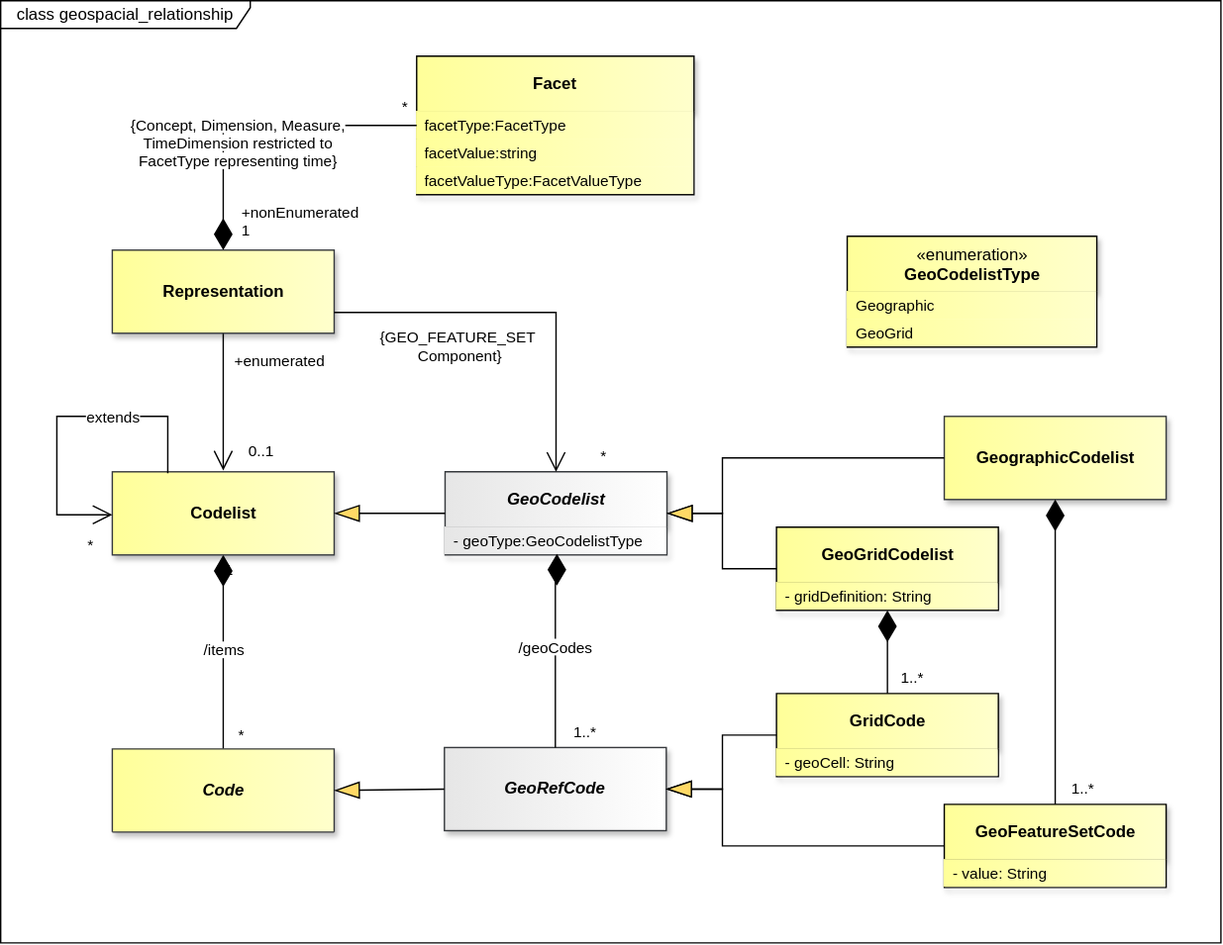
Earlier version of the draw.io export docs/information_model/media/sdmx_geospatial-geospatial_inheritance.svg (sdmx-twg/sdmx-im). Source tidied: cells renumbered, new cells last; positions are measured from the earlier drawing's top-left corner, leaving out a move shared by most shapes.
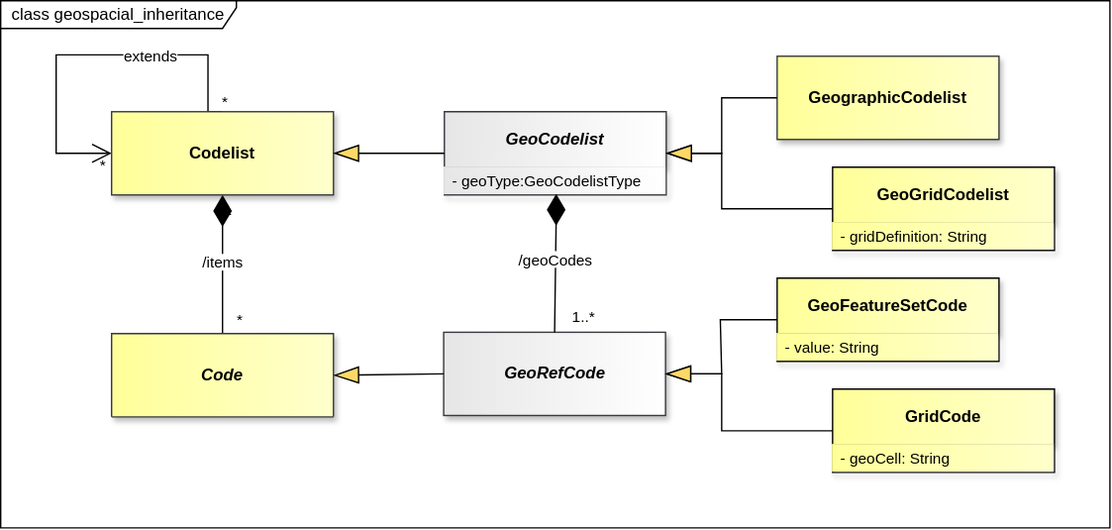
After the change.

The edit, as a diff of the source:
```diff
@@ -19,5 +19,5 @@
     </mxCell>
-    <mxCell id="7" value="class geospacial_relationship" style="shape=umlFrame;whiteSpace=wrap;html=1;fillColor=light-dark(#FFFFFF,#121212);swimlaneFillColor=light-dark(#FFFFFF,#121212);width=180;height=20;" parent="1" vertex="1">
-      <mxGeometry width="880" height="680" as="geometry" />
-    </mxCell>
+    <mxCell id="53" value="class geospacial_inheritance" style="shape=umlFrame;whiteSpace=wrap;html=1;fillColor=light-dark(#FFFFFF,#121212);swimlaneFillColor=light-dark(#FFFFFF,#121212);width=170;height=20;" parent="1" vertex="1">
+      <mxGeometry y="740" width="800" height="380" as="geometry" />
+    </mxCell>
     <mxCell id="8" value="&lt;font style=&quot;color: light-dark(rgb(0, 0, 0), rgb(255, 255, 255)); background-color: light-dark(rgb(255, 255, 255), rgb(0, 0, 0));&quot;&gt;/items&lt;/font&gt;" style="endArrow=none;html=1;endSize=12;startArrow=diamondThin;startSize=20;startFill=1;edgeStyle=orthogonalEdgeStyle;rounded=0;endFill=0;strokeColor=light-dark(#000000,#FFFFFF);fontColor=light-dark(#000000,#FFFFFF);labelBackgroundColor=none;exitX=0.5;exitY=1;exitDx=0;exitDy=0;entryX=0.5;entryY=0;entryDx=0;entryDy=0;" parent="1" edge="1" source="14" target="15">
@@ -25,37 +25,41 @@
     </mxCell>
-    <mxCell id="9" value="*" style="edgeLabel;html=1;align=right;verticalAlign=top;labelBackgroundColor=none;fontColor=light-dark(#000000,#FFFFFF);" parent="8" vertex="1">
-      <mxGeometry x="1" relative="1" as="geometry">
-        <mxPoint x="15" y="-23" as="offset" />
-      </mxGeometry>
-    </mxCell>
-    <mxCell id="10" value="&lt;span style=&quot;background-color: rgb(255, 255, 255);&quot;&gt;+enumerated&lt;/span&gt;" style="endArrow=open;html=1;endSize=12;startArrow=none;startSize=20;startFill=0;edgeStyle=orthogonalEdgeStyle;rounded=0;endFill=0;strokeColor=light-dark(#000000,#FFFFFF);fontColor=light-dark(#000000,#FFFFFF);labelBackgroundColor=none;exitX=0.5;exitY=1;exitDx=0;exitDy=0;entryX=0.5;entryY=0;entryDx=0;entryDy=0;innerLoopWaypoints=1;" parent="1" edge="1">
-      <mxGeometry x="-0.58" y="40" relative="1" as="geometry">
-        <mxPoint x="160.5" y="239" as="sourcePoint" />
-        <mxPoint x="160.5" y="339" as="targetPoint" />
-      </mxGeometry>
-    </mxCell>
-    <mxCell id="11" value="*" style="edgeLabel;html=1;align=left;verticalAlign=top;labelBackgroundColor=none;fontColor=light-dark(#000000,#FFFFFF);" parent="10" vertex="1">
-      <mxGeometry x="-0.07" relative="1" as="geometry">
-        <mxPoint x="30" y="61" as="offset" />
-      </mxGeometry>
-    </mxCell>
-    <mxCell id="12" value="0..1" style="edgeLabel;html=1;align=left;verticalAlign=top;labelBackgroundColor=none;fontColor=light-dark(#000000,#FFFFFF);" parent="1" vertex="1">
-      <mxGeometry x="103.5" y="317" as="geometry">
-        <mxPoint x="73" y="-5" as="offset" />
-      </mxGeometry>
-    </mxCell>
+    <mxCell id="54" value="*" style="edgeLabel;html=1;align=right;verticalAlign=top;labelBackgroundColor=none;fontColor=light-dark(#000000,#FFFFFF);" parent="8" vertex="1">
+      <mxGeometry x="1" relative="1" as="geometry">
+        <mxPoint x="15" y="-23" as="offset" />
+      </mxGeometry>
+    </mxCell>
+    <mxCell id="39" value="&lt;span style=&quot;background-color: rgb(255, 255, 255);&quot;&gt;extends&lt;/span&gt;" style="endArrow=open;html=1;endSize=12;startArrow=none;startSize=20;startFill=0;edgeStyle=orthogonalEdgeStyle;rounded=0;endFill=0;strokeColor=light-dark(#000000,#FFFFFF);fontColor=light-dark(#000000,#FFFFFF);labelBackgroundColor=none;exitX=0.5;exitY=0;exitDx=0;exitDy=0;entryX=0;entryY=0.5;entryDx=0;entryDy=0;innerLoopWaypoints=1;" parent="1" edge="1" source="14" target="14">
+      <mxGeometry x="-0.31" y="1" relative="1" as="geometry">
+        <Array as="points">
+          <mxPoint x="149.5" y="779" />
+          <mxPoint x="40" y="779" />
+          <mxPoint x="40" y="850" />
+        </Array>
+        <mxPoint x="1" as="offset" />
+      </mxGeometry>
+    </mxCell>
+    <mxCell id="55" value="*" style="edgeLabel;html=1;align=left;verticalAlign=top;labelBackgroundColor=none;fontColor=light-dark(#000000,#FFFFFF);" parent="39" vertex="1">
+      <mxGeometry x="0.23" relative="1" as="geometry">
+        <mxPoint x="30" y="61" as="offset" />
+      </mxGeometry>
+    </mxCell>
+    <mxCell id="56" value="*" style="edgeLabel;html=1;align=left;verticalAlign=top;labelBackgroundColor=none;fontColor=light-dark(#000000,#FFFFFF);" parent="1" vertex="1">
+      <mxGeometry x="135" y="797" as="geometry">
+        <mxPoint x="23" y="3" as="offset" />
+      </mxGeometry>
+    </mxCell>
     <mxCell id="13" value="1" style="edgeLabel;html=1;align=left;verticalAlign=top;labelBackgroundColor=none;fontColor=light-dark(#000000,#FFFFFF);" parent="1" vertex="1">
-      <mxGeometry x="159.5" y="398" as="geometry" />
+      <mxGeometry x="159" y="878" as="geometry" />
     </mxCell>
     <mxCell id="14" value="&lt;span&gt;&lt;span&gt;Codelist&lt;/span&gt;&lt;/span&gt;" style="whiteSpace=wrap;html=1;verticalAlign=middle;gradientDirection=east;imageVerticalAlign=top;fontStyle=1;fillColor=light-dark(#FFFF99,#FFFF99);strokeColor=#36393d;fontColor=light-dark(#000000,#000000);gradientColor=light-dark(#FFFFCC,#FFFFCC);shadow=1;" parent="1" vertex="1">
-      <mxGeometry x="80.5" y="340" width="160" height="60" as="geometry" />
+      <mxGeometry x="80" y="820" width="160" height="60" as="geometry" />
     </mxCell>
     <mxCell id="15" value="Code" style="swimlane;fontStyle=3;align=center;verticalAlign=middle;horizontal=1;startSize=61;whiteSpace=wrap;html=1;strokeColor=#36393d;fontFamily=Helvetica;fontSize=12;fillColor=light-dark(#FFFF99,#FFFF99);gradientDirection=east;gradientColor=light-dark(#FFFFCC,#FFFFCC);fontColor=light-dark(#000000,#000000);shadow=1;" parent="1" vertex="1">
-      <mxGeometry x="80.5" y="540" width="160" height="60" as="geometry" />
+      <mxGeometry x="80" y="980" width="160" height="60" as="geometry" />
     </mxCell>
     <mxCell id="16" value="GeoRefCode" style="whiteSpace=wrap;html=1;verticalAlign=middle;gradientDirection=east;imageVerticalAlign=top;fontStyle=3;fillColor=light-dark(#E6E6E6,#E6E6E6);strokeColor=#36393d;fontColor=light-dark(#000000,#000000);gradientColor=light-dark(#FFFFFF,#FFFFFF);shadow=1;" parent="1" vertex="1">
-      <mxGeometry x="320" y="539" width="160" height="60" as="geometry" />
+      <mxGeometry x="319.5" y="979" width="160" height="60" as="geometry" />
     </mxCell>
     <mxCell id="17" value="GeoCodelist" style="swimlane;fontStyle=3;align=center;verticalAlign=middle;horizontal=1;startSize=40;whiteSpace=wrap;html=1;strokeColor=#36393d;fontFamily=Helvetica;fontSize=12;fillColor=light-dark(#E6E6E6,#E6E6E6);gradientDirection=east;gradientColor=light-dark(#FFFFFF,#FFFFFF);fontColor=light-dark(#000000,#000000);shadow=1;" parent="1" vertex="1">
-      <mxGeometry x="320.5" y="340" width="160" height="60" as="geometry" />
+      <mxGeometry x="320" y="820" width="160" height="60" as="geometry" />
     </mxCell>
@@ -67,3 +71,3 @@
         <Array as="points">
-          <mxPoint x="401.5" y="419" />
+          <mxPoint x="401" y="899" />
         </Array>
@@ -71,7 +75,7 @@
     </mxCell>
-    <mxCell id="20" value="1..*" style="edgeLabel;html=1;align=right;verticalAlign=top;labelBackgroundColor=none;fontColor=light-dark(#000000,#FFFFFF);" parent="19" vertex="1">
-      <mxGeometry x="1" relative="1" as="geometry">
-        <mxPoint x="30" y="-24" as="offset" />
-      </mxGeometry>
-    </mxCell>
+    <mxCell id="57" value="1..*" style="edgeLabel;html=1;align=right;verticalAlign=top;labelBackgroundColor=none;fontColor=light-dark(#000000,#FFFFFF);" parent="19" vertex="1">
+      <mxGeometry x="1" relative="1" as="geometry">
+        <mxPoint x="30" y="-24" as="offset" />
+      </mxGeometry>
+    </mxCell>
     <mxCell id="21" style="endArrow=blockThin;endSize=16;endFill=1;html=1;rounded=0;exitX=0;exitY=0.5;exitDx=0;exitDy=0;startFill=0;endFillColor=light-dark(#FFD966,#FFD966);strokeColor=light-dark(#000000,#FFFFFF);startFillColor=light-dark(#000000,#FFFFFF);labelBackgroundColor=none;labelBorderColor=light-dark(#000000,#FFFFFF);entryX=1;entryY=0.5;entryDx=0;entryDy=0;" parent="1" edge="1" source="17" target="14">
@@ -83,6 +87,6 @@
     <mxCell id="23" value="&lt;span&gt;&lt;span&gt;GeographicCodelist&lt;/span&gt;&lt;/span&gt;" style="whiteSpace=wrap;html=1;verticalAlign=middle;gradientDirection=east;imageVerticalAlign=top;fontStyle=1;fillColor=light-dark(#FFFF99,#FFFF99);strokeColor=#36393d;fontColor=light-dark(#000000,#000000);gradientColor=light-dark(#FFFFCC,#FFFFCC);shadow=1;" parent="1" vertex="1">
-      <mxGeometry x="680.5" y="300" width="160" height="60" as="geometry" />
+      <mxGeometry x="560" y="780" width="160" height="60" as="geometry" />
     </mxCell>
     <mxCell id="24" value="GeoGridCodelist" style="swimlane;fontStyle=1;align=center;verticalAlign=middle;horizontal=1;startSize=40;whiteSpace=wrap;html=1;fillColor=light-dark(#FFFF99,#FFFF99);strokeColor=light-dark(#000000,#000000);gradientDirection=east;swimlaneLine=1;fontColor=light-dark(#000000,#000000);labelBackgroundColor=none;textShadow=0;gradientColor=light-dark(#FFFFCC,#FFFFCC);shadow=1;" parent="1" vertex="1">
-      <mxGeometry x="559.5" y="380" width="160" height="60" as="geometry" />
+      <mxGeometry x="600" y="860" width="160" height="60" as="geometry" />
     </mxCell>
@@ -92,3 +96,3 @@
     <mxCell id="26" value="GeoFeatureSetCode" style="swimlane;fontStyle=1;align=center;verticalAlign=middle;horizontal=1;startSize=40;whiteSpace=wrap;html=1;fillColor=light-dark(#FFFF99,#FFFF99);strokeColor=light-dark(#000000,#000000);gradientDirection=east;swimlaneLine=1;fontColor=light-dark(#000000,#000000);labelBackgroundColor=none;textShadow=0;gradientColor=light-dark(#FFFFCC,#FFFFCC);shadow=1;" parent="1" vertex="1">
-      <mxGeometry x="680.5" y="580" width="160" height="60" as="geometry" />
+      <mxGeometry x="560" y="940" width="160" height="60" as="geometry" />
     </mxCell>
@@ -98,3 +102,3 @@
     <mxCell id="28" value="GridCode" style="swimlane;fontStyle=1;align=center;verticalAlign=middle;horizontal=1;startSize=40;whiteSpace=wrap;html=1;fillColor=light-dark(#FFFF99,#FFFF99);strokeColor=light-dark(#000000,#000000);gradientDirection=east;swimlaneLine=1;fontColor=light-dark(#000000,#000000);labelBackgroundColor=none;textShadow=0;gradientColor=light-dark(#FFFFCC,#FFFFCC);shadow=1;" parent="1" vertex="1">
-      <mxGeometry x="559.5" y="500" width="160" height="60" as="geometry" />
+      <mxGeometry x="600" y="1020" width="160" height="60" as="geometry" />
     </mxCell>
@@ -106,4 +110,4 @@
         <Array as="points">
-          <mxPoint x="520.5" y="330" />
-          <mxPoint x="520.5" y="370" />
+          <mxPoint x="520" y="810" />
+          <mxPoint x="520" y="850" />
         </Array>
@@ -114,4 +118,4 @@
         <Array as="points">
-          <mxPoint x="520.5" y="610" />
-          <mxPoint x="520.5" y="569" />
+          <mxPoint x="519" y="970" />
+          <mxPoint x="520" y="1009" />
         </Array>
@@ -122,4 +126,4 @@
         <Array as="points">
-          <mxPoint x="520.5" y="410" />
-          <mxPoint x="520.5" y="370" />
+          <mxPoint x="520" y="890" />
+          <mxPoint x="520" y="850" />
         </Array>
@@ -130,4 +134,4 @@
         <Array as="points">
-          <mxPoint x="520.5" y="530" />
-          <mxPoint x="520.5" y="569" />
+          <mxPoint x="520" y="1050" />
+          <mxPoint x="520" y="1009" />
         </Array>
@@ -135,79 +139,2 @@
     </mxCell>
-    <mxCell id="34" style="endArrow=none;html=1;endSize=12;startArrow=diamondThin;startSize=20;startFill=1;edgeStyle=orthogonalEdgeStyle;rounded=0;endFill=0;strokeColor=light-dark(#000000,#FFFFFF);fontColor=light-dark(#000000,#FFFFFF);labelBackgroundColor=none;exitX=0.5;exitY=1;exitDx=0;exitDy=0;entryX=0.5;entryY=0;entryDx=0;entryDy=0;" parent="1" edge="1" source="24" target="28">
-      <mxGeometry x="0.53" relative="1" as="geometry" />
-    </mxCell>
-    <mxCell id="35" value="1..*" style="edgeLabel;html=1;align=right;verticalAlign=top;labelBackgroundColor=none;fontColor=light-dark(#000000,#FFFFFF);" parent="34" vertex="1">
-      <mxGeometry x="1" relative="1" as="geometry">
-        <mxPoint x="26" y="-24" as="offset" />
-      </mxGeometry>
-    </mxCell>
-    <mxCell id="36" style="endArrow=none;html=1;endSize=12;startArrow=diamondThin;startSize=20;startFill=1;edgeStyle=orthogonalEdgeStyle;rounded=0;endFill=0;strokeColor=light-dark(#000000,#FFFFFF);fontColor=light-dark(#000000,#FFFFFF);labelBackgroundColor=none;exitX=0.5;exitY=1;exitDx=0;exitDy=0;entryX=0.5;entryY=0;entryDx=0;entryDy=0;" parent="1" edge="1" source="23" target="26">
-      <mxGeometry x="0.72" relative="1" as="geometry" />
-    </mxCell>
-    <mxCell id="37" value="1..*" style="edgeLabel;html=1;align=right;verticalAlign=top;labelBackgroundColor=none;fontColor=light-dark(#000000,#FFFFFF);" parent="36" vertex="1">
-      <mxGeometry x="1" relative="1" as="geometry">
-        <mxPoint x="28" y="-24" as="offset" />
-      </mxGeometry>
-    </mxCell>
-    <mxCell id="38" value="&lt;span&gt;&lt;span&gt;Representation&lt;/span&gt;&lt;/span&gt;" style="whiteSpace=wrap;html=1;verticalAlign=middle;gradientDirection=east;imageVerticalAlign=top;fontStyle=1;fillColor=light-dark(#FFFF99,#FFFF99);strokeColor=#36393d;fontColor=light-dark(#000000,#000000);gradientColor=light-dark(#FFFFCC,#FFFFCC);shadow=1;" parent="1" vertex="1">
-      <mxGeometry x="80.5" y="180" width="160" height="60" as="geometry" />
-    </mxCell>
-    <mxCell id="39" value="&lt;span style=&quot;background-color: rgb(255, 255, 255);&quot;&gt;extends&lt;/span&gt;" style="endArrow=open;html=1;endSize=12;startArrow=none;startSize=20;startFill=0;edgeStyle=orthogonalEdgeStyle;rounded=0;endFill=0;strokeColor=light-dark(#000000,#FFFFFF);fontColor=light-dark(#000000,#FFFFFF);labelBackgroundColor=none;exitX=0.25;exitY=0;exitDx=0;exitDy=0;entryX=0;entryY=0.5;entryDx=0;entryDy=0;innerLoopWaypoints=1;" parent="1" edge="1">
-      <mxGeometry x="-0.3" y="1" relative="1" as="geometry">
-        <mxPoint x="120.5" y="341" as="sourcePoint" />
-        <mxPoint x="80.5" y="371" as="targetPoint" />
-        <Array as="points">
-          <mxPoint x="120.5" y="300" />
-          <mxPoint x="40.5" y="300" />
-          <mxPoint x="40.5" y="371" />
-        </Array>
-      </mxGeometry>
-    </mxCell>
-    <mxCell id="40" value="*" style="edgeLabel;html=1;align=left;verticalAlign=top;labelBackgroundColor=none;fontColor=light-dark(#000000,#FFFFFF);" parent="39" vertex="1">
-      <mxGeometry x="0.09" relative="1" as="geometry">
-        <mxPoint x="20" y="74" as="offset" />
-      </mxGeometry>
-    </mxCell>
-    <mxCell id="41" value="&lt;span style=&quot;background-color: rgb(255, 255, 255);&quot;&gt;{GEO_FEATURE_SET&amp;nbsp;&lt;br&gt;Component}&lt;/span&gt;" style="endArrow=open;html=1;endSize=12;startArrow=none;startSize=20;startFill=0;edgeStyle=orthogonalEdgeStyle;rounded=0;endFill=0;strokeColor=light-dark(#000000,#FFFFFF);fontColor=light-dark(#000000,#FFFFFF);labelBackgroundColor=none;exitX=1;exitY=0.75;exitDx=0;exitDy=0;entryX=0.5;entryY=0;entryDx=0;entryDy=0;innerLoopWaypoints=1;" parent="1" edge="1" source="38" target="17">
-      <mxGeometry x="-0.35" y="-25" relative="1" as="geometry" />
-    </mxCell>
-    <mxCell id="42" value="*" style="edgeLabel;html=1;align=left;verticalAlign=top;labelBackgroundColor=none;fontColor=light-dark(#000000,#FFFFFF);" parent="41" vertex="1">
-      <mxGeometry x="0.38" relative="1" as="geometry">
-        <mxPoint x="30" y="61" as="offset" />
-      </mxGeometry>
-    </mxCell>
-    <mxCell id="43" value="Facet" style="swimlane;fontStyle=1;align=center;verticalAlign=middle;horizontal=1;startSize=40;whiteSpace=wrap;html=1;fillColor=light-dark(#FFFF99,#FFFF99);strokeColor=light-dark(#000000,#000000);gradientDirection=east;swimlaneLine=1;fontColor=light-dark(#000000,#000000);labelBackgroundColor=none;textShadow=0;gradientColor=light-dark(#FFFFCC,#FFFFCC);shadow=1;" parent="1" vertex="1">
-      <mxGeometry x="300" y="40" width="200" height="100" as="geometry" />
-    </mxCell>
-    <mxCell id="44" value="facetType:FacetType" style="text;strokeColor=none;fillColor=light-dark(#FFFF99,#FFFF99);align=left;verticalAlign=middle;spacingLeft=4;spacingRight=4;overflow=hidden;points=[[0,0.5],[1,0.5]];portConstraint=eastwest;whiteSpace=wrap;html=1;fontFamily=Helvetica;fontSize=11;fontColor=light-dark(#000000,#000000);gradientColor=light-dark(#FFFFCC,#FFFFCC);gradientDirection=east;" parent="43" vertex="1">
-      <mxGeometry y="40" width="200" height="20" as="geometry" />
-    </mxCell>
-    <mxCell id="45" value="facetValue:string" style="text;strokeColor=none;fillColor=light-dark(#FFFF99,#FFFF99);align=left;verticalAlign=middle;spacingLeft=4;spacingRight=4;overflow=hidden;whiteSpace=wrap;html=1;fontFamily=Helvetica;fontSize=11;fontColor=light-dark(#000000,#000000);gradientColor=light-dark(#FFFFCC,#FFFFCC);gradientDirection=east;" parent="43" vertex="1">
-      <mxGeometry y="60" width="200" height="20" as="geometry" />
-    </mxCell>
-    <mxCell id="46" value="facetValueType:FacetValueType" style="text;strokeColor=none;fillColor=light-dark(#FFFF99,#FFFF99);align=left;verticalAlign=middle;spacingLeft=4;spacingRight=4;overflow=hidden;whiteSpace=wrap;html=1;fontFamily=Helvetica;fontSize=11;fontColor=light-dark(#000000,#000000);gradientColor=light-dark(#FFFFCC,#FFFFCC);gradientDirection=east;" parent="43" vertex="1">
-      <mxGeometry y="80" width="200" height="20" as="geometry" />
-    </mxCell>
-    <mxCell id="47" value="&lt;font style=&quot;color: light-dark(rgb(0, 0, 0), rgb(255, 255, 255)); background-color: light-dark(rgb(255, 255, 255), rgb(0, 0, 0));&quot;&gt;{Concept, Dimension, Measure,&lt;br&gt;TimeDimension restricted to&lt;br&gt;FacetType representing time}&lt;/font&gt;" style="endArrow=none;html=1;endSize=12;startArrow=diamondThin;startSize=20;startFill=1;edgeStyle=orthogonalEdgeStyle;rounded=0;endFill=0;strokeColor=light-dark(#000000,#FFFFFF);fontColor=light-dark(#000000,#FFFFFF);labelBackgroundColor=none;entryX=0;entryY=0.5;entryDx=0;entryDy=0;exitX=0.5;exitY=0;exitDx=0;exitDy=0;" parent="1" edge="1" source="38" target="44">
-      <mxGeometry x="-0.33" y="-10" relative="1" as="geometry" />
-    </mxCell>
-    <mxCell id="48" value="+nonEnumerated&lt;br&gt;1" style="edgeLabel;html=1;align=left;verticalAlign=top;labelBackgroundColor=none;fontColor=light-dark(#000000,#FFFFFF);" parent="47" vertex="1">
-      <mxGeometry x="-1" relative="1" as="geometry">
-        <mxPoint x="11" y="-40" as="offset" />
-      </mxGeometry>
-    </mxCell>
-    <mxCell id="49" value="*" style="edgeLabel;html=1;align=right;verticalAlign=top;labelBackgroundColor=none;fontColor=light-dark(#000000,#FFFFFF);" parent="47" vertex="1">
-      <mxGeometry x="1" relative="1" as="geometry">
-        <mxPoint x="-7" y="-26" as="offset" />
-      </mxGeometry>
-    </mxCell>
-    <mxCell id="50" value="&lt;span style=&quot;font-weight: normal;&quot;&gt;«enumeration»&lt;/span&gt;&lt;br&gt;GeoCodelistType" style="swimlane;fontStyle=1;align=center;verticalAlign=top;horizontal=1;startSize=40;whiteSpace=wrap;html=1;fillColor=light-dark(#FFFF99,#FFFF99);strokeColor=light-dark(#000000,#000000);gradientDirection=east;swimlaneLine=1;fontColor=light-dark(#000000,#000000);labelBackgroundColor=none;textShadow=0;gradientColor=light-dark(#FFFFCC,#FFFFCC);shadow=1;" parent="1" vertex="1">
-      <mxGeometry x="610.5" y="170" width="180" height="80" as="geometry" />
-    </mxCell>
-    <mxCell id="51" value="Geographic" style="text;strokeColor=none;fillColor=light-dark(#FFFF99,#FFFF99);align=left;verticalAlign=middle;spacingLeft=4;spacingRight=4;overflow=hidden;whiteSpace=wrap;html=1;fontFamily=Helvetica;fontSize=11;fontColor=light-dark(#000000,#000000);gradientColor=light-dark(#FFFFCC,#FFFFCC);gradientDirection=east;" parent="50" vertex="1">
-      <mxGeometry y="40" width="180" height="20" as="geometry" />
-    </mxCell>
-    <mxCell id="52" value="GeoGrid" style="text;strokeColor=none;fillColor=light-dark(#FFFF99,#FFFF99);align=left;verticalAlign=middle;spacingLeft=4;spacingRight=4;overflow=hidden;whiteSpace=wrap;html=1;fontFamily=Helvetica;fontSize=11;fontColor=light-dark(#000000,#000000);gradientColor=light-dark(#FFFFCC,#FFFFCC);gradientDirection=east;" parent="50" vertex="1">
-      <mxGeometry y="60" width="180" height="20" as="geometry" />
-    </mxCell>
   </root>
```
